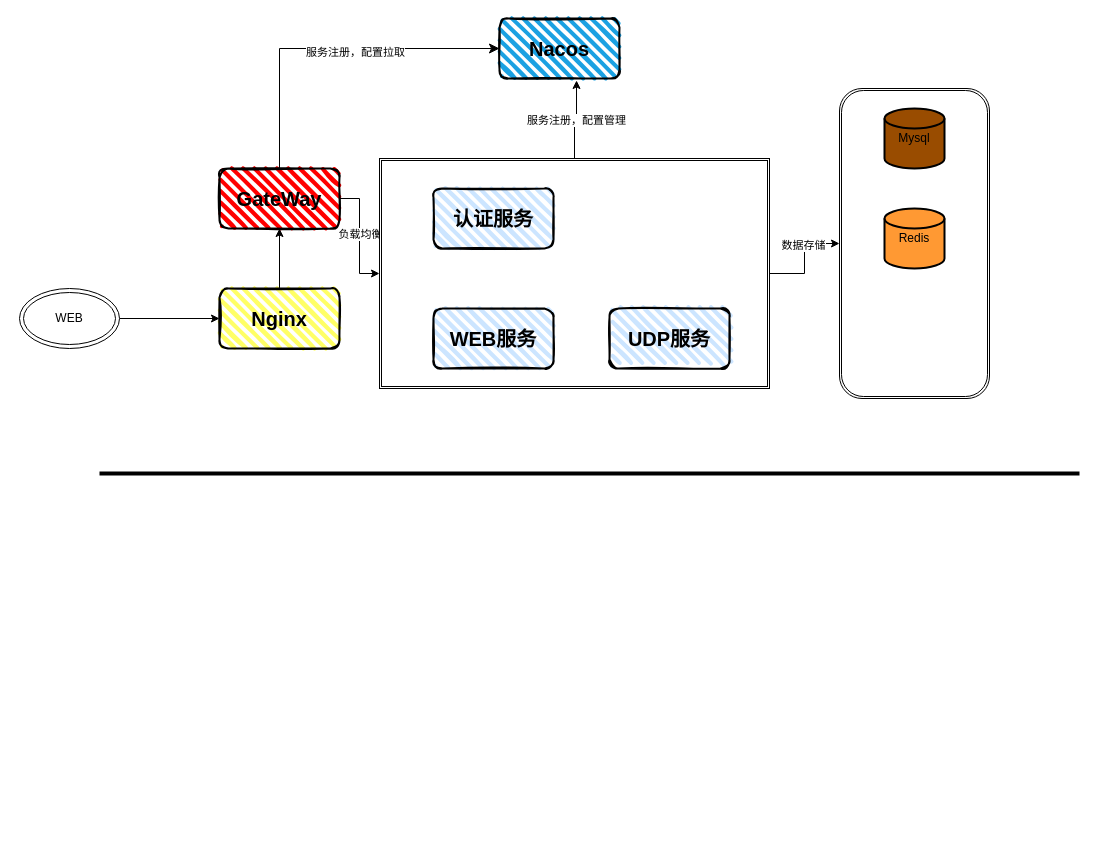
The draw.io diagram dbsql.drawio in liukaicn23/diagrams, before the edit. Source tidied: cells renumbered, new cells numbered last; positions are measured from the earlier drawing's top-left corner, leaving out a move shared by most shapes. Both pictures are drawn from the tidied source at 100%, with x=0, y=0 at pixel (19, 18).
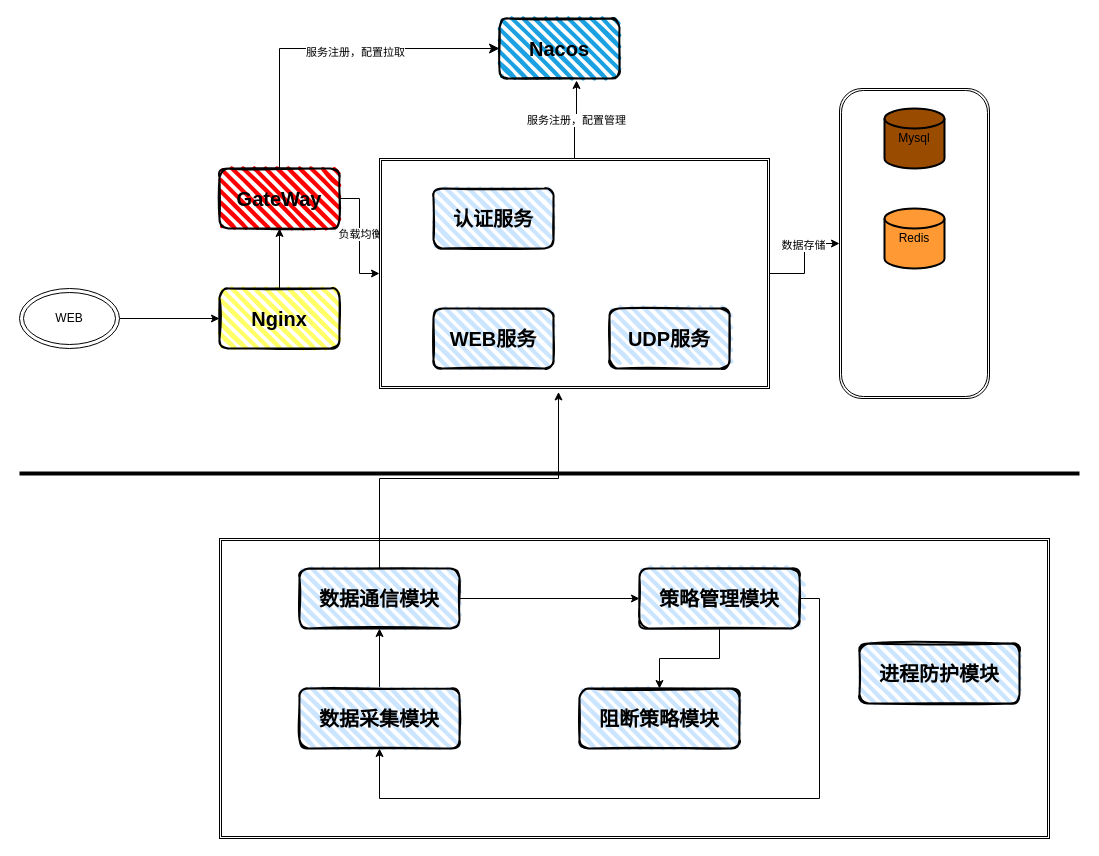
After the change.

Unchanged cells that the change refers to:
```xml
<mxCell id="15" style="shape=ext;double=1;rounded=0;whiteSpace=wrap;html=1;" parent="1" vertex="1">
  <mxGeometry x="360" y="140" width="390" height="230" as="geometry" />
</mxCell>
```

Change to the diagram source:
```diff
@@
     <mxCell id="2" style="line;strokeWidth=4;html=1;perimeter=backbonePerimeter;" parent="1" vertex="1">
-      <mxGeometry x="80" y="450" width="980" height="10" as="geometry" />
+      <mxGeometry y="450" width="1060" height="10" as="geometry" />
     </mxCell>
@@
+    <mxCell id="24" style="shape=ext;double=1;rounded=0;whiteSpace=wrap;html=1;" parent="1" vertex="1">
+      <mxGeometry x="200" y="520" width="830" height="300" as="geometry" />
+    </mxCell>
+    <mxCell id="25" style="edgeStyle=orthogonalEdgeStyle;rounded=0;jettySize=auto;html=1;exitX=1;exitY=0.5;exitDx=0;exitDy=0;" parent="1" edge="1" source="26" target="32">
+      <mxGeometry relative="1" as="geometry" />
+    </mxCell>
+    <mxCell id="26" value="&lt;font style=&quot;font-size: 20px;&quot;&gt;&lt;b&gt;数据通信模块&lt;/b&gt;&lt;/font&gt;" style="rounded=1;whiteSpace=wrap;html=1;strokeWidth=2;fillWeight=4;hachureGap=8;hachureAngle=45;fillColor=#CCE5FF;sketch=1;" parent="1" vertex="1">
+      <mxGeometry x="280" y="550" width="160" height="60" as="geometry" />
+    </mxCell>
+    <mxCell id="27" style="edgeStyle=orthogonalEdgeStyle;rounded=0;jettySize=auto;html=1;entryX=0.5;entryY=1;entryDx=0;entryDy=0;" parent="1" edge="1" source="28" target="26">
+      <mxGeometry relative="1" as="geometry" />
+    </mxCell>
+    <mxCell id="28" value="&lt;font style=&quot;font-size: 20px;&quot;&gt;&lt;b&gt;数据采集模块&lt;/b&gt;&lt;/font&gt;" style="rounded=1;whiteSpace=wrap;html=1;strokeWidth=2;fillWeight=4;hachureGap=8;hachureAngle=45;fillColor=#CCE5FF;sketch=1;" parent="1" vertex="1">
+      <mxGeometry x="280" y="670" width="160" height="60" as="geometry" />
+    </mxCell>
+    <mxCell id="29" value="&lt;font style=&quot;font-size: 20px;&quot;&gt;&lt;b&gt;阻断策略模块&lt;/b&gt;&lt;/font&gt;" style="rounded=1;whiteSpace=wrap;html=1;strokeWidth=2;fillWeight=4;hachureGap=8;hachureAngle=45;fillColor=#CCE5FF;sketch=1;" parent="1" vertex="1">
+      <mxGeometry x="560" y="670" width="160" height="60" as="geometry" />
+    </mxCell>
+    <mxCell id="30" style="edgeStyle=orthogonalEdgeStyle;rounded=0;jettySize=auto;html=1;" parent="1" edge="1" source="32" target="28">
+      <mxGeometry relative="1" as="geometry">
+        <Array as="points">
+          <mxPoint x="800" y="580" />
+          <mxPoint x="800" y="780" />
+          <mxPoint x="360" y="780" />
+        </Array>
+      </mxGeometry>
+    </mxCell>
+    <mxCell id="31" style="edgeStyle=orthogonalEdgeStyle;rounded=0;jettySize=auto;html=1;" parent="1" edge="1" source="32" target="29">
+      <mxGeometry relative="1" as="geometry" />
+    </mxCell>
+    <mxCell id="32" value="&lt;font style=&quot;font-size: 20px;&quot;&gt;&lt;b&gt;策略管理模块&lt;/b&gt;&lt;/font&gt;" style="rounded=1;whiteSpace=wrap;html=1;strokeWidth=2;fillWeight=4;hachureGap=8;hachureAngle=45;fillColor=#CCE5FF;sketch=1;" parent="1" vertex="1">
+      <mxGeometry x="620" y="550" width="160" height="60" as="geometry" />
+    </mxCell>
+    <mxCell id="33" style="edgeStyle=orthogonalEdgeStyle;rounded=0;jettySize=auto;html=1;entryX=0.459;entryY=1.015;entryDx=0;entryDy=0;entryPerimeter=0;" parent="1" edge="1" source="26" target="15">
+      <mxGeometry relative="1" as="geometry" />
+    </mxCell>
+    <mxCell id="34" value="&lt;font style=&quot;font-size: 20px;&quot;&gt;&lt;b&gt;进程防护模块&lt;/b&gt;&lt;/font&gt;" style="rounded=1;whiteSpace=wrap;html=1;strokeWidth=2;fillWeight=4;hachureGap=8;hachureAngle=45;fillColor=#CCE5FF;sketch=1;" parent="1" vertex="1">
+      <mxGeometry x="840" y="625" width="160" height="60" as="geometry" />
+    </mxCell>
```
